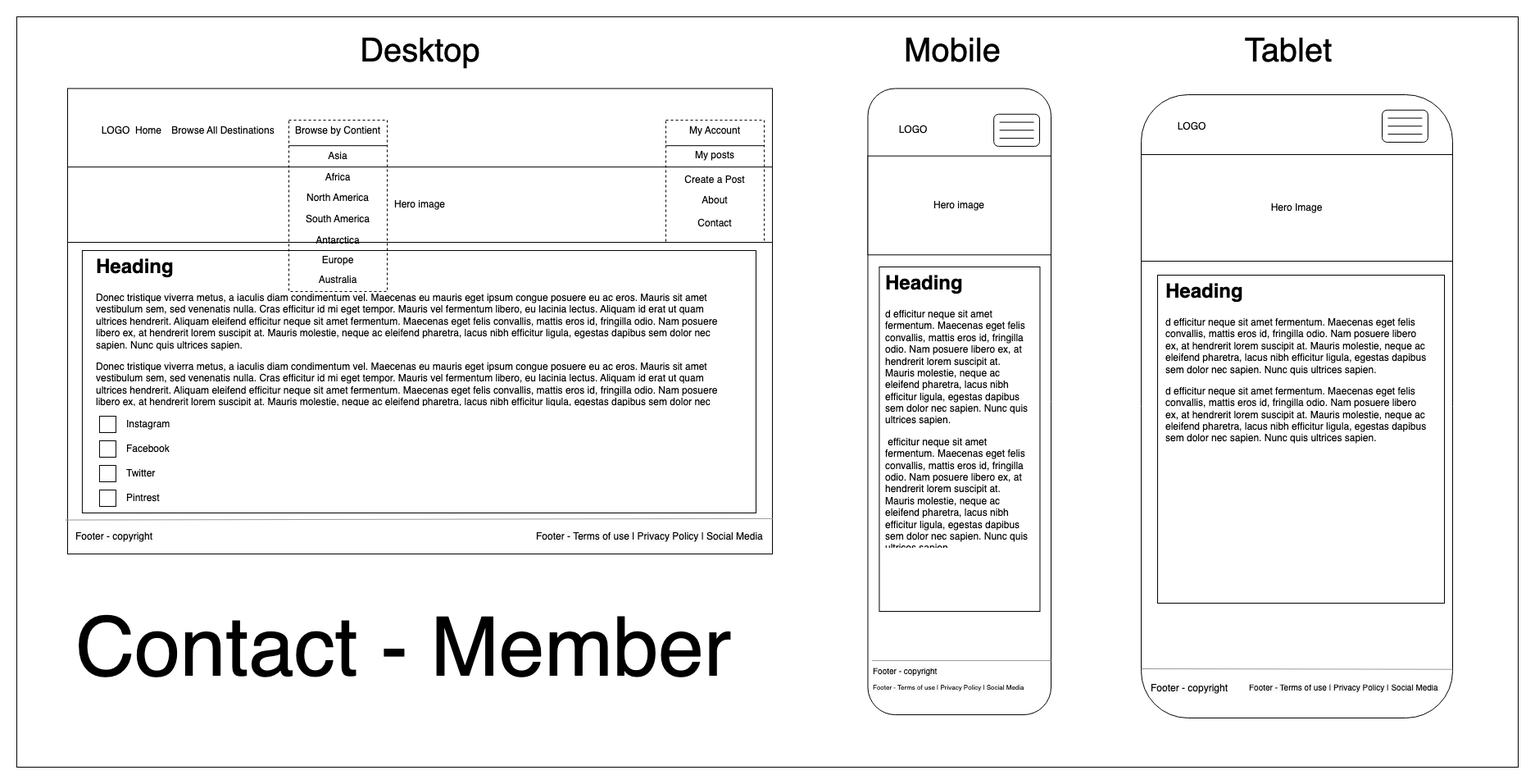
Before: docs/Contact-Member.png, a diagram exported from draw.io (MarioLisbona/CA-T3A2-part-A). Source tidied: cells renumbered, new cells last; positions are measured from the earlier drawing's top-left corner, leaving out a move shared by most shapes.
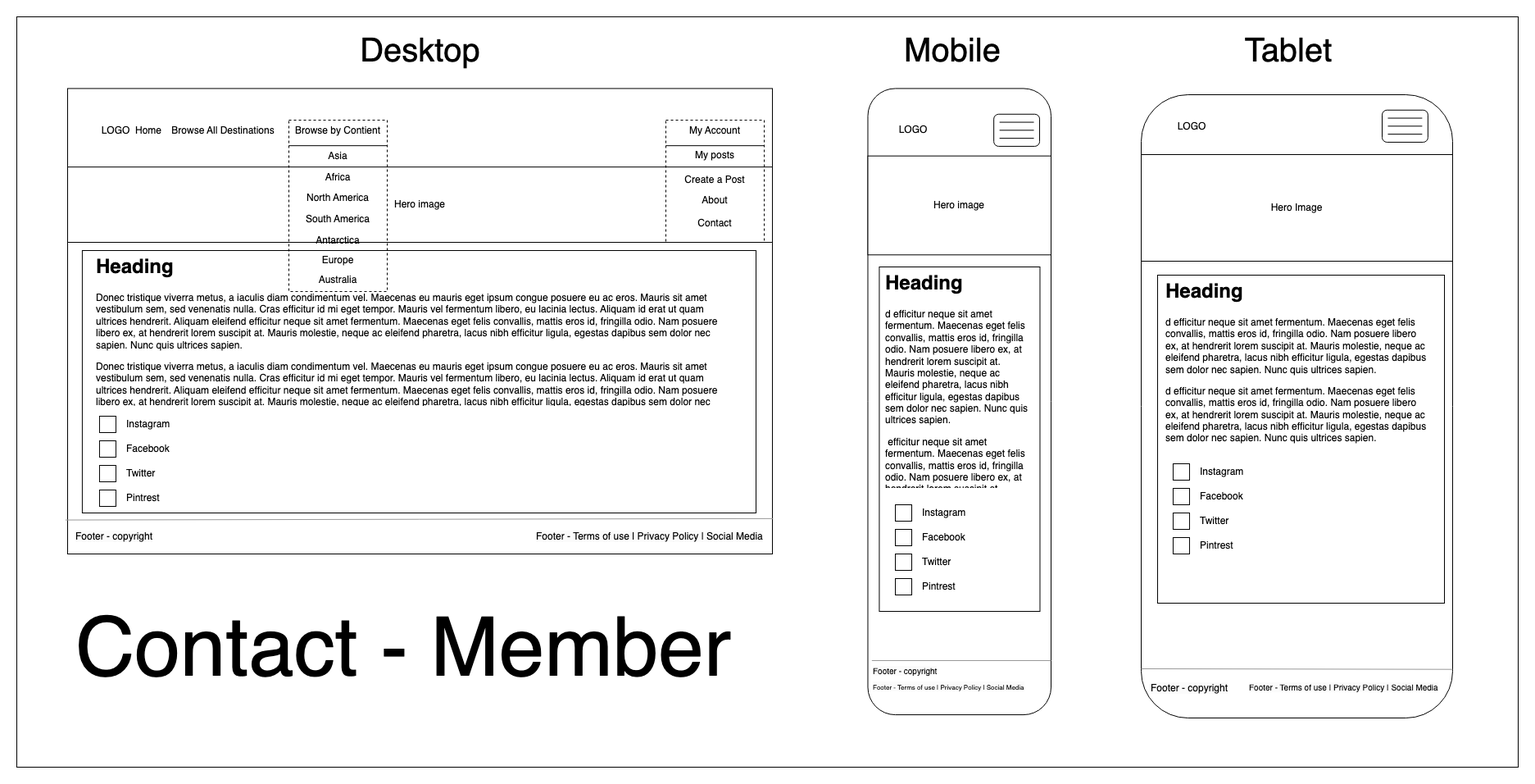
Later version of the same file.

Commit message:
Update wireframe for Contact-Member and CreatePost-Member

The edit, as a diff of the source:
```diff
@@ -95,8 +95,32 @@
       <mxGeometry width="196" height="420" as="geometry" />
     </mxCell>
     <mxCell id="29" value="&lt;h1&gt;Heading&lt;/h1&gt;&lt;p&gt;d efficitur neque sit amet fermentum. Maecenas eget felis convallis, mattis eros id, fringilla odio. Nam posuere libero ex, at hendrerit lorem suscipit at. Mauris molestie, neque ac eleifend pharetra, lacus nibh efficitur ligula, egestas dapibus sem dolor nec sapien. Nunc quis ultrices sapien.&lt;br&gt;&lt;/p&gt;&amp;nbsp;efficitur neque sit amet fermentum. Maecenas eget felis convallis, mattis eros id, fringilla odio. Nam posuere libero ex, at hendrerit lorem suscipit at. Mauris molestie, neque ac eleifend pharetra, lacus nibh efficitur ligula, egestas dapibus sem dolor nec sapien. Nunc quis ultrices sapien." style="text;html=1;strokeColor=none;fillColor=none;spacing=5;spacingTop=-20;whiteSpace=wrap;overflow=hidden;rounded=0;" parent="27" vertex="1">
-      <mxGeometry x="2.9" width="188.4" height="343.3" as="geometry" />
+      <mxGeometry x="2.9" width="188.4" height="270" as="geometry" />
     </mxCell>
+    <mxCell id="71" style="rounded=0;whiteSpace=wrap;html=1;" parent="27" vertex="1">
+      <mxGeometry x="19.6" y="290" width="20" height="20" as="geometry" />
+    </mxCell>
+    <mxCell id="72" style="rounded=0;whiteSpace=wrap;html=1;" parent="27" vertex="1">
+      <mxGeometry x="19.6" y="320" width="20" height="20" as="geometry" />
+    </mxCell>
+    <mxCell id="73" style="rounded=0;whiteSpace=wrap;html=1;" parent="27" vertex="1">
+      <mxGeometry x="19.6" y="350" width="20" height="20" as="geometry" />
+    </mxCell>
+    <mxCell id="74" style="rounded=0;whiteSpace=wrap;html=1;" parent="27" vertex="1">
+      <mxGeometry x="19.6" y="380" width="20" height="20" as="geometry" />
+    </mxCell>
+    <mxCell id="75" value="Instagram" style="text;html=1;strokeColor=none;fillColor=none;align=left;verticalAlign=middle;whiteSpace=wrap;rounded=0;" parent="27" vertex="1">
+      <mxGeometry x="50.6" y="290" width="60" height="20" as="geometry" />
+    </mxCell>
+    <mxCell id="76" value="Facebook" style="text;html=1;strokeColor=none;fillColor=none;align=left;verticalAlign=middle;whiteSpace=wrap;rounded=0;" parent="27" vertex="1">
+      <mxGeometry x="50.6" y="320" width="60" height="20" as="geometry" />
+    </mxCell>
+    <mxCell id="77" value="Twitter" style="text;html=1;strokeColor=none;fillColor=none;align=left;verticalAlign=middle;whiteSpace=wrap;rounded=0;" parent="27" vertex="1">
+      <mxGeometry x="50.6" y="350" width="60" height="20" as="geometry" />
+    </mxCell>
+    <mxCell id="78" value="Pintrest" style="text;html=1;strokeColor=none;fillColor=none;align=left;verticalAlign=middle;whiteSpace=wrap;rounded=0;" parent="27" vertex="1">
+      <mxGeometry x="50.6" y="380" width="60" height="20" as="geometry" />
+    </mxCell>
     <mxCell id="30" value="LOGO" style="text;html=1;strokeColor=none;fillColor=none;align=center;verticalAlign=middle;whiteSpace=wrap;rounded=0;" parent="1" vertex="1">
       <mxGeometry x="1392" y="104.8" width="83.8" height="58.7" as="geometry" />
     </mxCell>
@@ -236,5 +260,29 @@
     <mxCell id="70" value="Contact" style="text;html=1;strokeColor=none;fillColor=none;align=center;verticalAlign=middle;whiteSpace=wrap;rounded=0;" parent="50" vertex="1">
       <mxGeometry x="716" y="113.3" width="92.1" height="28.7" as="geometry" />
     </mxCell>
+    <mxCell id="79" style="rounded=0;whiteSpace=wrap;html=1;" parent="1" vertex="1">
+      <mxGeometry x="1411" y="545" width="20" height="20" as="geometry" />
+    </mxCell>
+    <mxCell id="80" style="rounded=0;whiteSpace=wrap;html=1;" parent="1" vertex="1">
+      <mxGeometry x="1411" y="575" width="20" height="20" as="geometry" />
+    </mxCell>
+    <mxCell id="81" style="rounded=0;whiteSpace=wrap;html=1;" parent="1" vertex="1">
+      <mxGeometry x="1411" y="605" width="20" height="20" as="geometry" />
+    </mxCell>
+    <mxCell id="82" style="rounded=0;whiteSpace=wrap;html=1;" parent="1" vertex="1">
+      <mxGeometry x="1411" y="635" width="20" height="20" as="geometry" />
+    </mxCell>
+    <mxCell id="83" value="Instagram" style="text;html=1;strokeColor=none;fillColor=none;align=left;verticalAlign=middle;whiteSpace=wrap;rounded=0;" parent="1" vertex="1">
+      <mxGeometry x="1442" y="545" width="60" height="20" as="geometry" />
+    </mxCell>
+    <mxCell id="84" value="Facebook" style="text;html=1;strokeColor=none;fillColor=none;align=left;verticalAlign=middle;whiteSpace=wrap;rounded=0;" parent="1" vertex="1">
+      <mxGeometry x="1442" y="575" width="60" height="20" as="geometry" />
+    </mxCell>
+    <mxCell id="85" value="Twitter" style="text;html=1;strokeColor=none;fillColor=none;align=left;verticalAlign=middle;whiteSpace=wrap;rounded=0;" parent="1" vertex="1">
+      <mxGeometry x="1442" y="605" width="60" height="20" as="geometry" />
+    </mxCell>
+    <mxCell id="86" value="Pintrest" style="text;html=1;strokeColor=none;fillColor=none;align=left;verticalAlign=middle;whiteSpace=wrap;rounded=0;" parent="1" vertex="1">
+      <mxGeometry x="1442" y="635" width="60" height="20" as="geometry" />
+    </mxCell>
   </root>
 </mxGraphModel>
```
